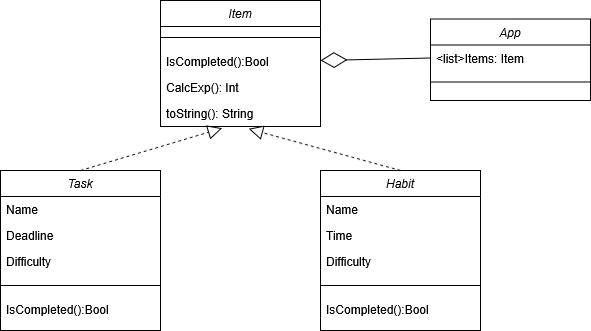
Earlier version of the draw.io export Diagrams/Class_Items.drawio.png (Fabiancipher/Habitra). Source tidied: cells renumbered, new cells last; positions are measured from the earlier drawing's top-left corner, leaving out a move shared by most shapes.
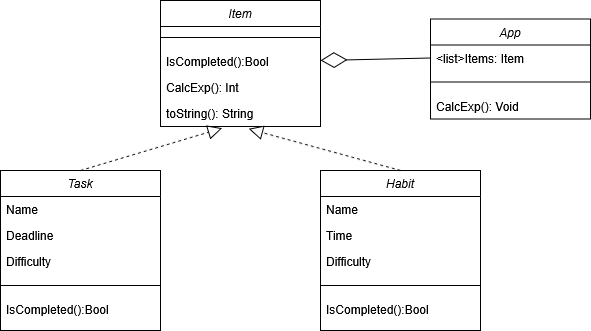
After the change.

Diff of the diagram source:
```diff
@@ -18,7 +18,7 @@
       <mxGeometry y="100" width="160" height="26" as="geometry" />
     </mxCell>
     <mxCell id="7" value="App" style="swimlane;fontStyle=2;align=center;verticalAlign=top;horizontal=1;startSize=26;rounded=0;shadow=0;strokeWidth=1;" parent="1" vertex="1">
-      <mxGeometry x="430" y="18.5" width="160" height="81.5" as="geometry" />
+      <mxGeometry x="430" y="18.5" width="160" height="100" as="geometry" />
     </mxCell>
     <mxCell id="8" value="&lt;list&gt;Items: Item" style="text;align=left;verticalAlign=top;spacingLeft=4;spacingRight=4;overflow=hidden;points=[[0,0.5],[1,0.5]];portConstraint=eastwest;" parent="7" vertex="1">
       <mxGeometry y="26" width="160" height="26" as="geometry" />
@@ -26,6 +26,9 @@
     <mxCell id="9" style="line;html=1;strokeWidth=1;align=left;verticalAlign=middle;spacingTop=-1;spacingLeft=3;spacingRight=3;labelPosition=right;" parent="7" vertex="1">
       <mxGeometry y="52" width="160" height="22" as="geometry" />
     </mxCell>
+    <mxCell id="25" value="CalcExp(): Void" style="text;align=left;verticalAlign=top;spacingLeft=4;spacingRight=4;overflow=hidden;" parent="7" vertex="1">
+      <mxGeometry y="74" width="160" height="26" as="geometry" />
+    </mxCell>
     <mxCell id="10" value="Task" style="swimlane;fontStyle=2;align=center;verticalAlign=top;horizontal=1;startSize=26;rounded=0;shadow=0;strokeWidth=1;" parent="1" vertex="1">
       <mxGeometry y="170" width="160" height="160" as="geometry" />
     </mxCell>
```
